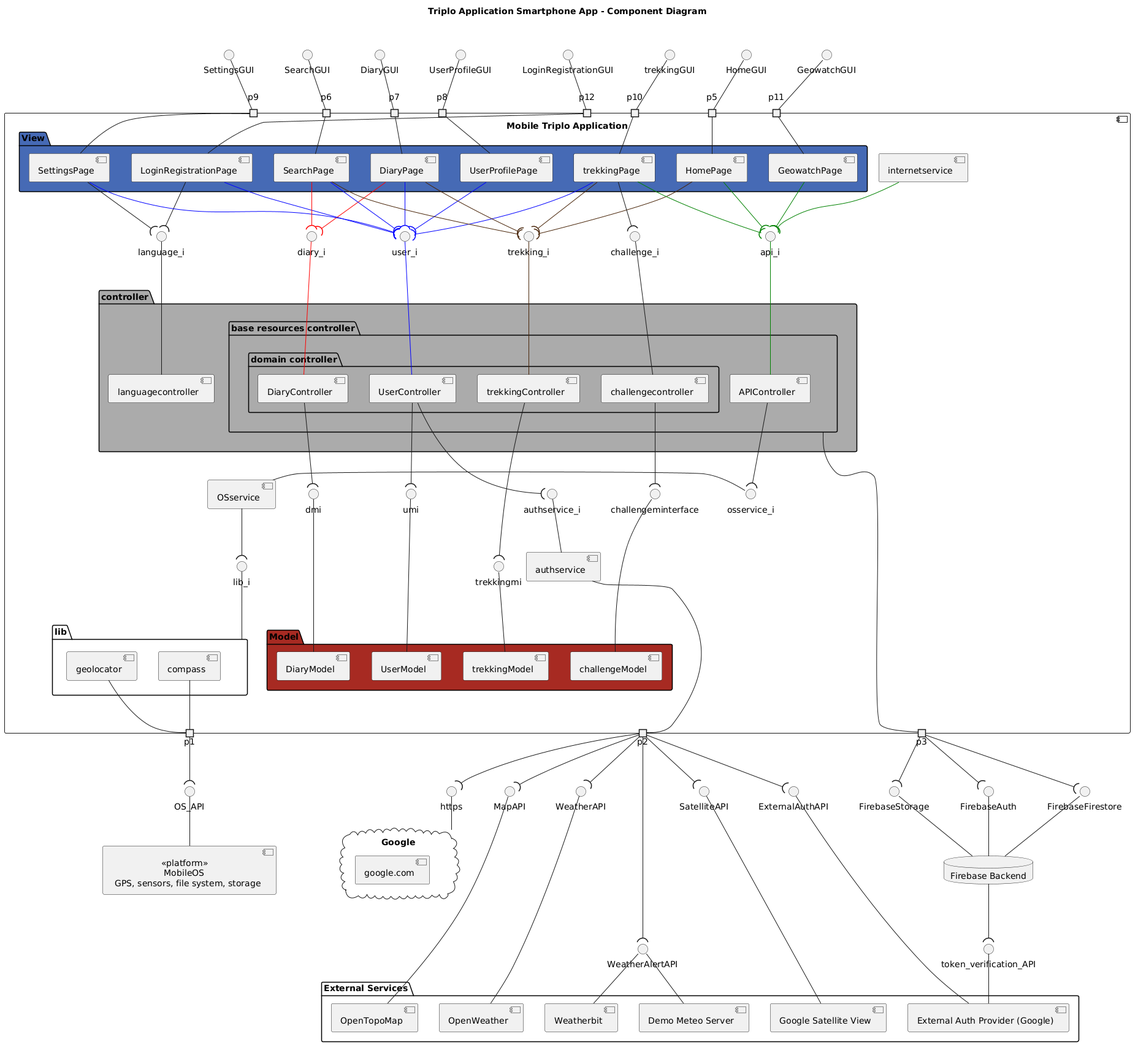
Before: documentation/Diagrams/mobile app component diagram.png, a diagram exported from PlantUML (SofiaTerracciano/Triplo).
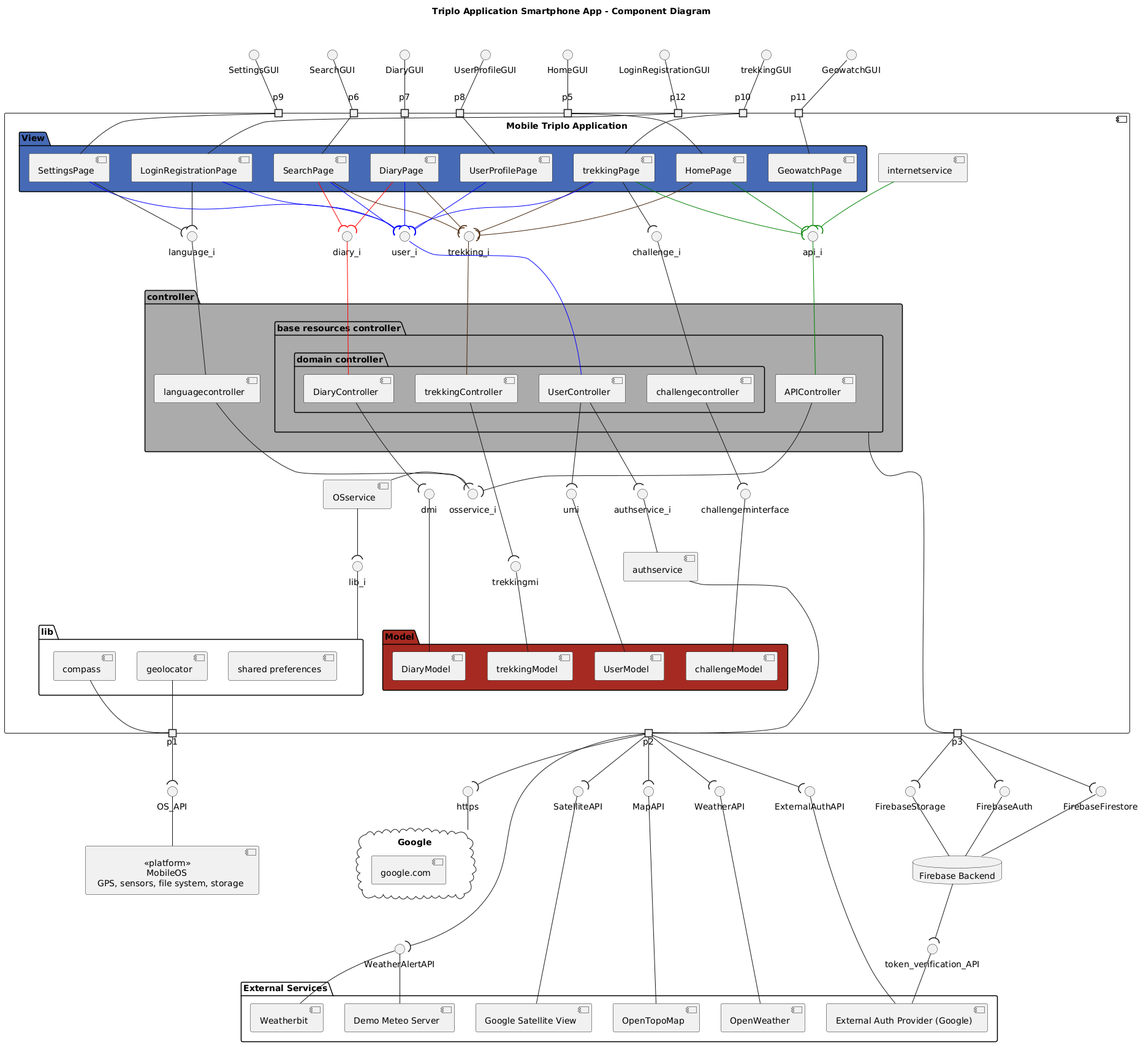
The same diagram one commit later.

Commit message:
improved mobile app component diagram

Diff of the diagram source:
```diff
@@ -141,6 +141,7 @@
   package "lib" {
     [geolocator]
     [compass]
+    [shared preferences]
   }
 }
 
@@ -266,6 +267,7 @@
 interface osservice_i
 APIController --( osservice_i
 osservice_i -right- OSservice
+languagecontroller --( osservice_i
 }
 
 
```
